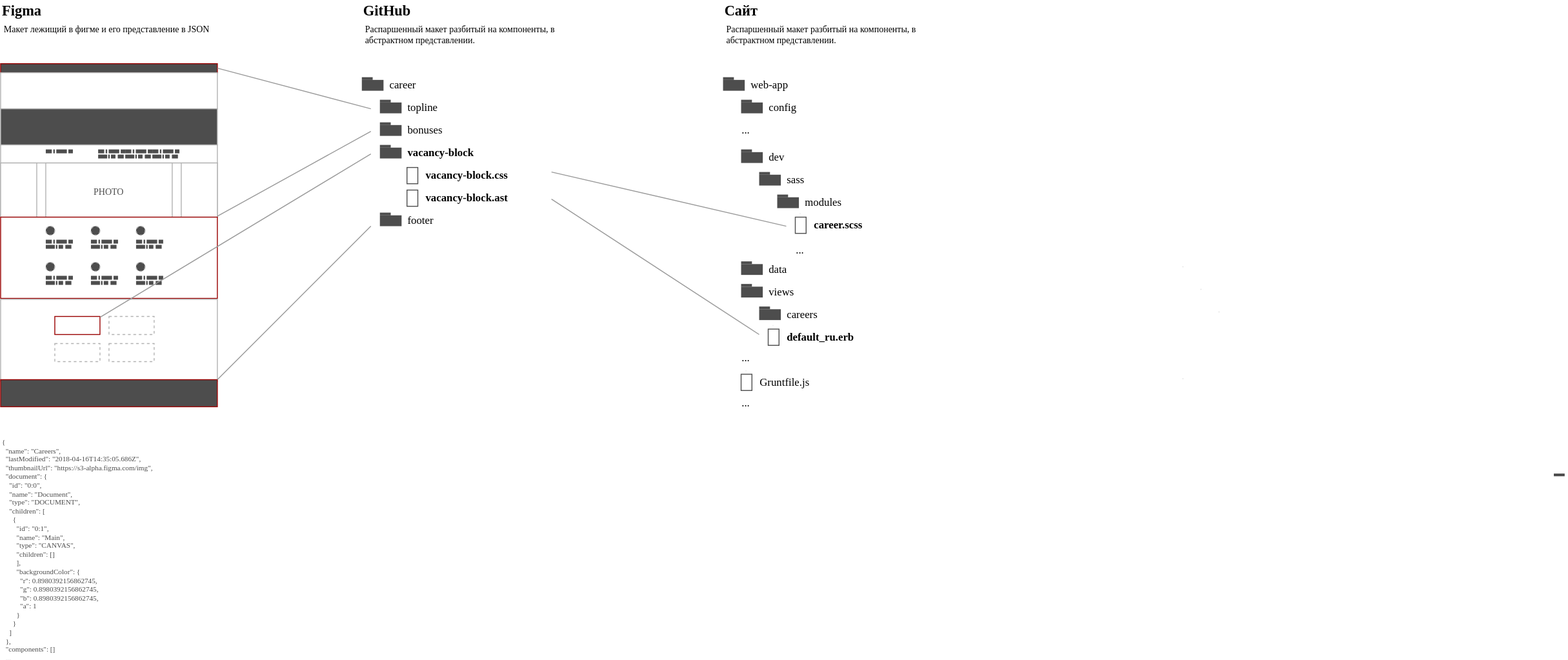
Earlier version of the draw.io export ambitious-figma.svg (ajile/draw-io). Source tidied: cells renumbered, new cells last; positions are measured from the earlier drawing's top-left corner, leaving out a move shared by most shapes.
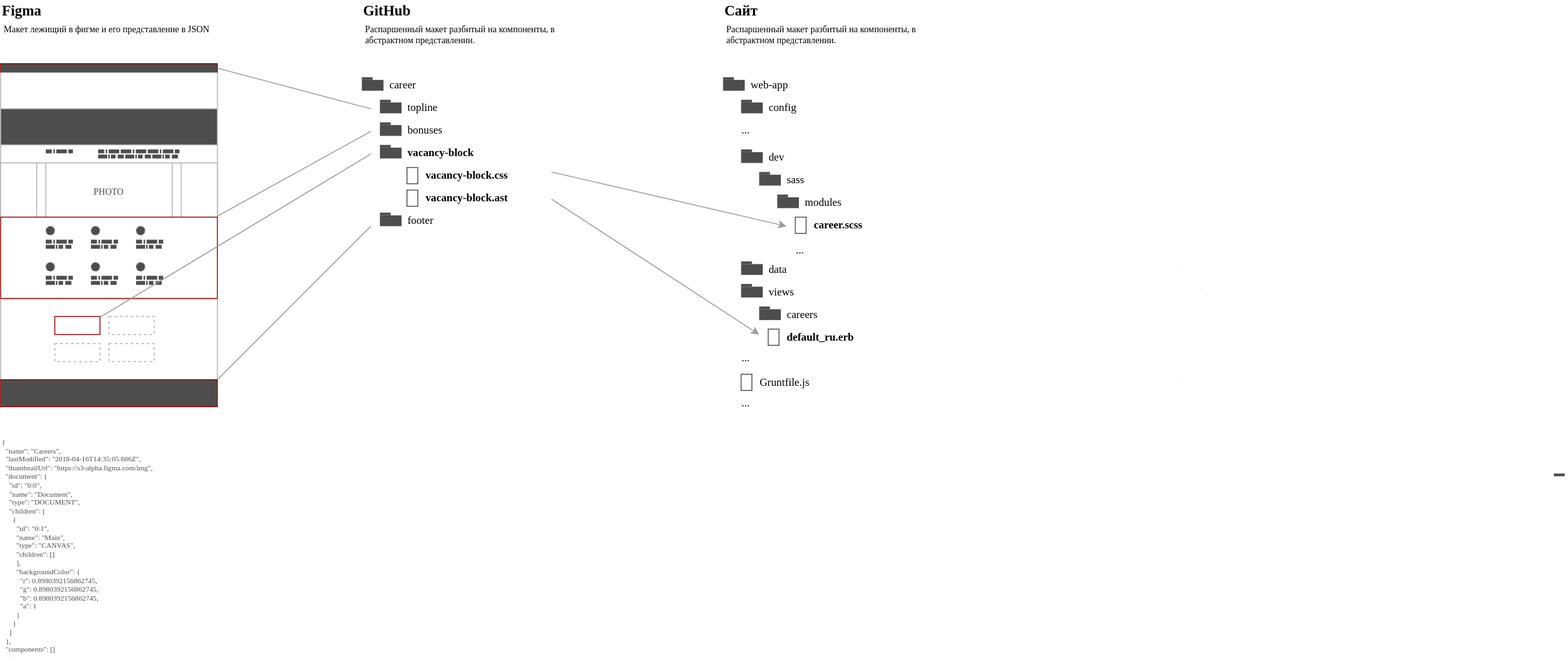
After the commit.

Change to the diagram source:
```diff
@@ -735,7 +735,7 @@
     <mxCell id="238" value="...&lt;br style=&quot;font-size: 12px&quot;&gt;" style="text;html=1;strokeColor=none;fillColor=none;align=left;verticalAlign=middle;whiteSpace=wrap;rounded=0;shadow=0;fontFamily=Verdana;fontSize=12;fontColor=#000000;spacingLeft=5;" parent="98" vertex="1">
       <mxGeometry x="814" y="435" width="136" height="20" as="geometry" />
     </mxCell>
-    <mxCell id="239" style="endArrow=none;html=1;labelBackgroundColor=none;strokeColor=#999999;strokeWidth=1;fontFamily=Verdana;fontSize=12;fontColor=#000000;" parent="98" edge="1">
+    <mxCell id="239" style="endArrow=classic;html=1;labelBackgroundColor=none;strokeColor=#999999;strokeWidth=1;fontFamily=Verdana;fontSize=12;fontColor=#000000;startArrow=none;startFill=0;endFill=1;" parent="98" edge="1">
       <mxGeometry relative="1" as="geometry">
         <mxPoint x="610" y="220" as="sourcePoint" />
         <mxPoint x="840" y="370" as="targetPoint" />
@@ -834,7 +834,7 @@
     <mxCell id="266" value="...&lt;br style=&quot;font-size: 12px&quot;&gt;" style="text;html=1;strokeColor=none;fillColor=none;align=left;verticalAlign=middle;whiteSpace=wrap;rounded=0;shadow=0;fontFamily=Verdana;fontSize=12;fontColor=#000000;spacingLeft=5;" parent="98" vertex="1">
       <mxGeometry x="874" y="266" width="136" height="20" as="geometry" />
     </mxCell>
-    <mxCell id="267" style="endArrow=none;html=1;labelBackgroundColor=none;strokeColor=#999999;strokeWidth=1;fontFamily=Verdana;fontSize=12;fontColor=#000000;" parent="98" edge="1">
+    <mxCell id="267" style="endArrow=classic;html=1;labelBackgroundColor=none;strokeColor=#999999;strokeWidth=1;fontFamily=Verdana;fontSize=12;fontColor=#000000;endFill=1;" parent="98" edge="1">
       <mxGeometry relative="1" as="geometry">
         <mxPoint x="610" y="190" as="sourcePoint" />
         <mxPoint x="870" y="250" as="targetPoint" />
```
